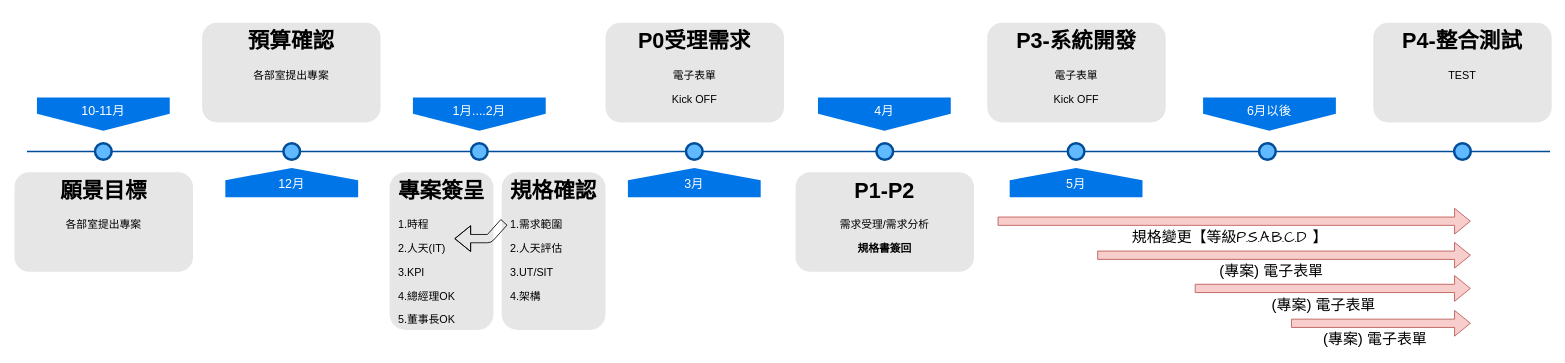
Earlier version of the draw.io diagram 專案時序圖_0424.drawio (wulitsu/hello-world). Source tidied: cells renumbered, new cells numbered last; positions are measured from the earlier drawing's top-left corner, leaving out a move shared by most shapes. Both pictures are drawn from the tidied source at 83%, with x=0, y=0 at pixel (14, 22).
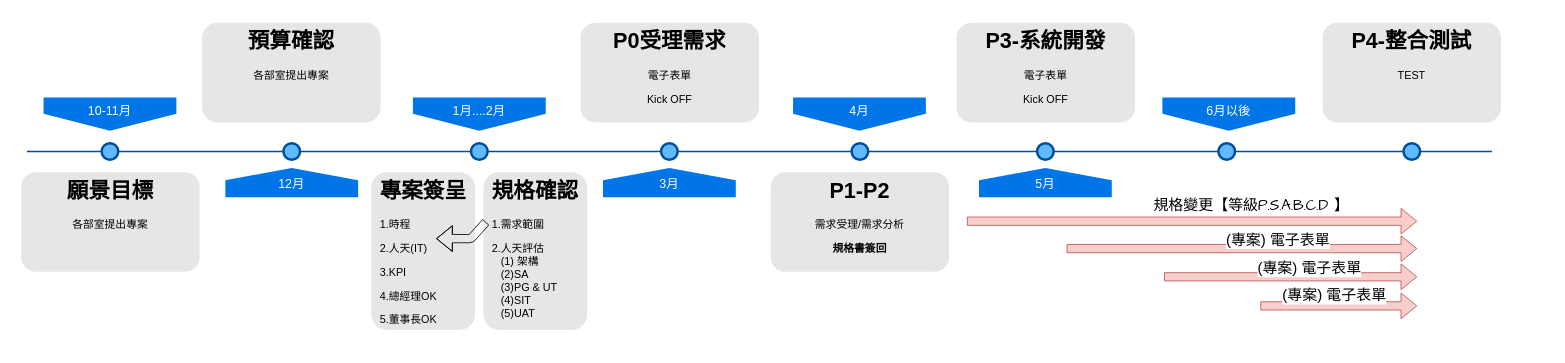
The same page after the edit.

Commit message:
更新專案時序圖_0424.drawio

Change to the diagram source:
```diff
@@
     <mxCell id="2" style="line;strokeWidth=2;html=1;fillColor=none;fontSize=28;fontColor=#004D99;strokeColor=#004D99;" parent="1" vertex="1">
-      <mxGeometry x="15" y="150" width="1835" height="10" as="geometry" />
+      <mxGeometry x="15" y="150" width="1765" height="10" as="geometry" />
     </mxCell>
     <mxCell id="3" value="10-11月" style="shape=offPageConnector;whiteSpace=wrap;html=1;fillColor=#0075E8;fontSize=15;fontColor=#FFFFFF;size=0.5093750000000015;verticalAlign=top;strokeColor=none;" parent="1" vertex="1">
-      <mxGeometry x="27" y="90" width="160" height="40" as="geometry" />
+      <mxGeometry x="35" y="90" width="160" height="40" as="geometry" />
     </mxCell>
@@
     <mxCell id="6" value="3月" style="shape=offPageConnector;whiteSpace=wrap;html=1;fillColor=#0075E8;fontSize=15;fontColor=#FFFFFF;size=0.4178571428571445;flipV=1;verticalAlign=bottom;strokeColor=none;spacingBottom=4;" parent="1" vertex="1">
-      <mxGeometry x="739" y="175" width="160" height="35" as="geometry" />
+      <mxGeometry x="709" y="175" width="160" height="35" as="geometry" />
     </mxCell>
     <mxCell id="7" style="ellipse;whiteSpace=wrap;html=1;fillColor=#61BAFF;fontSize=28;fontColor=#004D99;strokeWidth=3;strokeColor=#004D99;" parent="1" vertex="1">
-      <mxGeometry x="97" y="145" width="20" height="20" as="geometry" />
+      <mxGeometry x="105" y="145" width="20" height="20" as="geometry" />
     </mxCell>
@@
     <mxCell id="10" style="ellipse;whiteSpace=wrap;html=1;fillColor=#61BAFF;fontSize=28;fontColor=#004D99;strokeWidth=3;strokeColor=#004D99;" parent="1" vertex="1">
-      <mxGeometry x="809" y="145" width="20" height="20" as="geometry" />
+      <mxGeometry x="779" y="145" width="20" height="20" as="geometry" />
     </mxCell>
     <mxCell id="11" value="&lt;h1&gt;願景目標&lt;/h1&gt;&lt;p&gt;各部室提出專案&lt;/p&gt;" style="text;html=1;spacing=5;spacingTop=-20;whiteSpace=wrap;overflow=hidden;strokeColor=none;strokeWidth=3;fillColor=#E6E6E6;fontSize=13;fontColor=#000000;align=center;rounded=1;" parent="1" vertex="1">
-      <mxGeometry y="180" width="215" height="120" as="geometry" />
+      <mxGeometry x="8" y="180" width="215" height="120" as="geometry" />
     </mxCell>
@@
     <mxCell id="13" value="&lt;h1&gt;專案簽呈&lt;/h1&gt;&lt;p style=&quot;text-align: left&quot;&gt;1.時程&lt;/p&gt;&lt;p style=&quot;text-align: left&quot;&gt;2.人天(IT)&lt;/p&gt;&lt;p style=&quot;text-align: left&quot;&gt;3.KPI&lt;/p&gt;&lt;p style=&quot;text-align: left&quot;&gt;4.總經理OK&lt;/p&gt;&lt;p style=&quot;text-align: left&quot;&gt;5.董事長OK&lt;/p&gt;&lt;p&gt;&lt;br&gt;&lt;/p&gt;" style="text;html=1;spacing=5;spacingTop=-20;whiteSpace=wrap;overflow=hidden;strokeColor=none;strokeWidth=3;fillColor=#E6E6E6;fontSize=13;fontColor=#000000;align=center;rounded=1;" parent="1" vertex="1">
-      <mxGeometry x="452" y="180" width="125" height="190" as="geometry" />
+      <mxGeometry x="430" y="180" width="125" height="190" as="geometry" />
     </mxCell>
     <mxCell id="14" value="&lt;h1&gt;P0受理需求&lt;/h1&gt;&lt;p&gt;電子表單&lt;/p&gt;&lt;p&gt;Kick OFF&lt;/p&gt;" style="text;html=1;spacing=5;spacingTop=-20;whiteSpace=wrap;overflow=hidden;strokeColor=none;strokeWidth=3;fillColor=#E6E6E6;fontSize=13;fontColor=#000000;align=center;rounded=1;" parent="1" vertex="1">
-      <mxGeometry x="712" width="215" height="120" as="geometry" />
+      <mxGeometry x="682" width="215" height="120" as="geometry" />
     </mxCell>
-    <mxCell id="15" value="&lt;h1&gt;規格確認&lt;/h1&gt;&lt;p style=&quot;text-align: left&quot;&gt;1.需求範圍&lt;/p&gt;&lt;p style=&quot;text-align: left&quot;&gt;2.人天評估&lt;/p&gt;&lt;p style=&quot;text-align: left&quot;&gt;3.&lt;span&gt;UT/SIT&lt;/span&gt;&lt;/p&gt;&lt;p style=&quot;text-align: left&quot;&gt;4.架構&lt;/p&gt;&lt;p&gt;&lt;br&gt;&lt;/p&gt;" style="text;html=1;spacing=5;spacingTop=-20;whiteSpace=wrap;overflow=hidden;strokeColor=none;strokeWidth=3;fillColor=#E6E6E6;fontSize=13;fontColor=#000000;align=center;rounded=1;" parent="1" vertex="1">
-      <mxGeometry x="587" y="180" width="125" height="190" as="geometry" />
+    <mxCell id="15" value="&lt;h1&gt;規格確認&lt;/h1&gt;&lt;p style=&quot;text-align: left&quot;&gt;1.需求範圍&lt;/p&gt;&lt;p style=&quot;text-align: left&quot;&gt;2.人天評估&lt;br&gt;&amp;nbsp; &amp;nbsp;(1) 架構&lt;br&gt;&amp;nbsp; &amp;nbsp;(2)SA&lt;br&gt;&amp;nbsp; &amp;nbsp;(3)PG &amp;amp; UT&lt;br&gt;&amp;nbsp; &amp;nbsp;(4)SIT&lt;br&gt;&amp;nbsp; &amp;nbsp;(5)UAT&lt;/p&gt;" style="text;html=1;spacing=5;spacingTop=-20;whiteSpace=wrap;overflow=hidden;strokeColor=none;strokeWidth=3;fillColor=#E6E6E6;fontSize=13;fontColor=#000000;align=center;rounded=1;" parent="1" vertex="1">
+      <mxGeometry x="565" y="180" width="125" height="190" as="geometry" />
     </mxCell>
     <mxCell id="16" style="shape=flexArrow;endArrow=classic;html=1;" parent="1" edge="1">
       <mxGeometry relative="1" as="geometry">
-        <mxPoint x="590" y="240" as="sourcePoint" />
-        <mxPoint x="530" y="260" as="targetPoint" />
+        <mxPoint x="568" y="240" as="sourcePoint" />
+        <mxPoint x="508" y="260" as="targetPoint" />
         <Array as="points">
-          <mxPoint x="572" y="260" />
+          <mxPoint x="550" y="260" />
         </Array>
       </mxGeometry>
     </mxCell>
     <mxCell id="17" style="ellipse;whiteSpace=wrap;html=1;fillColor=#61BAFF;fontSize=28;fontColor=#004D99;strokeWidth=3;strokeColor=#004D99;" parent="1" vertex="1">
-      <mxGeometry x="1038.5" y="145" width="20" height="20" as="geometry" />
+      <mxGeometry x="1008.5" y="145" width="20" height="20" as="geometry" />
     </mxCell>
     <mxCell id="18" value="4月" style="shape=offPageConnector;whiteSpace=wrap;html=1;fillColor=#0075E8;fontSize=15;fontColor=#FFFFFF;size=0.5093750000000015;verticalAlign=top;strokeColor=none;" parent="1" vertex="1">
-      <mxGeometry x="968" y="90" width="160" height="40" as="geometry" />
+      <mxGeometry x="938" y="90" width="160" height="40" as="geometry" />
     </mxCell>
     <mxCell id="19" value="&lt;h1&gt;P1-P2&lt;/h1&gt;&lt;p&gt;需求受理/需求分析&lt;/p&gt;&lt;p&gt;&lt;b&gt;規格書簽回&lt;/b&gt;&lt;/p&gt;" style="text;html=1;spacing=5;spacingTop=-20;whiteSpace=wrap;overflow=hidden;strokeColor=none;strokeWidth=3;fillColor=#E6E6E6;fontSize=13;fontColor=#000000;align=center;rounded=1;" parent="1" vertex="1">
-      <mxGeometry x="941" y="180" width="215" height="120" as="geometry" />
+      <mxGeometry x="911" y="180" width="215" height="120" as="geometry" />
     </mxCell>
     <mxCell id="20" value="5月" style="shape=offPageConnector;whiteSpace=wrap;html=1;fillColor=#0075E8;fontSize=15;fontColor=#FFFFFF;size=0.4178571428571445;flipV=1;verticalAlign=bottom;strokeColor=none;spacingBottom=4;" parent="1" vertex="1">
-      <mxGeometry x="1199" y="175" width="160" height="35" as="geometry" />
+      <mxGeometry x="1162" y="175" width="160" height="35" as="geometry" />
     </mxCell>
     <mxCell id="21" style="ellipse;whiteSpace=wrap;html=1;fillColor=#61BAFF;fontSize=28;fontColor=#004D99;strokeWidth=3;strokeColor=#004D99;" parent="1" vertex="1">
-      <mxGeometry x="1269" y="145" width="20" height="20" as="geometry" />
+      <mxGeometry x="1232" y="145" width="20" height="20" as="geometry" />
     </mxCell>
     <mxCell id="22" value="&lt;h1&gt;P3-系統開發&lt;/h1&gt;&lt;p&gt;電子表單&lt;/p&gt;&lt;p&gt;Kick OFF&lt;/p&gt;" style="text;html=1;spacing=5;spacingTop=-20;whiteSpace=wrap;overflow=hidden;strokeColor=none;strokeWidth=3;fillColor=#E6E6E6;fontSize=13;fontColor=#000000;align=center;rounded=1;" parent="1" vertex="1">
-      <mxGeometry x="1172" width="215" height="120" as="geometry" />
+      <mxGeometry x="1135" width="215" height="120" as="geometry" />
     </mxCell>
     <mxCell id="23" style="ellipse;whiteSpace=wrap;html=1;fillColor=#61BAFF;fontSize=28;fontColor=#004D99;strokeWidth=3;strokeColor=#004D99;" parent="1" vertex="1">
-      <mxGeometry x="1499.5" y="145" width="20" height="20" as="geometry" />
+      <mxGeometry x="1450.5" y="145" width="20" height="20" as="geometry" />
     </mxCell>
     <mxCell id="24" value="&lt;h1&gt;P4-整合測試&lt;/h1&gt;&lt;p&gt;TEST&lt;/p&gt;" style="text;html=1;spacing=5;spacingTop=-20;whiteSpace=wrap;overflow=hidden;strokeColor=none;strokeWidth=3;fillColor=#E6E6E6;fontSize=13;fontColor=#000000;align=center;rounded=1;" parent="1" vertex="1">
-      <mxGeometry x="1637" width="215" height="120" as="geometry" />
+      <mxGeometry x="1576" width="215" height="120" as="geometry" />
     </mxCell>
     <mxCell id="25" value="6月以後" style="shape=offPageConnector;whiteSpace=wrap;html=1;fillColor=#0075E8;fontSize=15;fontColor=#FFFFFF;size=0.5093750000000015;verticalAlign=top;strokeColor=none;" parent="1" vertex="1">
-      <mxGeometry x="1432" y="90" width="160" height="40" as="geometry" />
+      <mxGeometry x="1383" y="90" width="160" height="40" as="geometry" />
     </mxCell>
     <mxCell id="26" value="規格變更【等級P.S.A.B.C.D 】&lt;br style=&quot;font-size: 18px&quot;&gt;" style="shape=flexArrow;endArrow=classic;html=1;fillColor=#f8cecc;strokeColor=#b85450;fontFamily=Comic Sans MS;fontSize=18;" parent="1" edge="1">
-      <mxGeometry x="-0.02" y="-20" relative="1" as="geometry">
-        <mxPoint x="1184.5" y="239" as="sourcePoint" />
-        <mxPoint x="1754.5" y="239" as="targetPoint" />
+      <mxGeometry x="0.26" y="19" relative="1" as="geometry">
+        <mxPoint x="1147.5" y="239" as="sourcePoint" />
+        <mxPoint x="1690" y="239" as="targetPoint" />
       </mxGeometry>
     </mxCell>
     <mxCell id="27" value="(專案) 電子表單" style="shape=flexArrow;endArrow=classic;html=1;fillColor=#f8cecc;strokeColor=#b85450;startArrow=none;startFill=0;fontSize=18;labelBackgroundColor=#ffffff;" parent="1" edge="1">
-      <mxGeometry x="-0.07" y="-20" relative="1" as="geometry">
-        <mxPoint x="1304.5" y="280" as="sourcePoint" />
-        <mxPoint x="1754.5" y="280" as="targetPoint" />
+      <mxGeometry x="0.2" y="10" relative="1" as="geometry">
+        <mxPoint x="1267.5" y="272" as="sourcePoint" />
+        <mxPoint x="1690" y="272" as="targetPoint" />
       </mxGeometry>
     </mxCell>
     <mxCell id="28" style="ellipse;whiteSpace=wrap;html=1;fillColor=#61BAFF;fontSize=28;fontColor=#004D99;strokeWidth=3;strokeColor=#004D99;" parent="1" vertex="1">
-      <mxGeometry x="1734.5" y="145" width="20" height="20" as="geometry" />
+      <mxGeometry x="1673.5" y="145" width="20" height="20" as="geometry" />
     </mxCell>
     <mxCell id="29" value="(專案) 電子表單" style="shape=flexArrow;endArrow=classic;html=1;fillColor=#f8cecc;strokeColor=#b85450;startArrow=none;startFill=0;fontSize=18;labelBackgroundColor=#ffffff;" parent="1" edge="1">
-      <mxGeometry x="-0.07" y="-20" relative="1" as="geometry">
-        <mxPoint x="1422" y="320" as="sourcePoint" />
-        <mxPoint x="1754.5" y="320" as="targetPoint" />
+      <mxGeometry x="0.15" y="10" relative="1" as="geometry">
+        <mxPoint x="1385" y="306" as="sourcePoint" />
+        <mxPoint x="1690" y="306" as="targetPoint" />
       </mxGeometry>
     </mxCell>
     <mxCell id="30" value="(專案) 電子表單" style="shape=flexArrow;endArrow=classic;html=1;fillColor=#f8cecc;strokeColor=#b85450;startArrow=none;startFill=0;fontSize=18;labelBackgroundColor=#ffffff;" parent="1" edge="1">
-      <mxGeometry x="-0.07" y="-20" relative="1" as="geometry">
-        <mxPoint x="1538" y="362" as="sourcePoint" />
-        <mxPoint x="1754.5" y="362" as="targetPoint" />
+      <mxGeometry x="-0.06" y="12" relative="1" as="geometry">
+        <mxPoint x="1501" y="341" as="sourcePoint" />
+        <mxPoint x="1690" y="341" as="targetPoint" />
       </mxGeometry>
     </mxCell>
```
